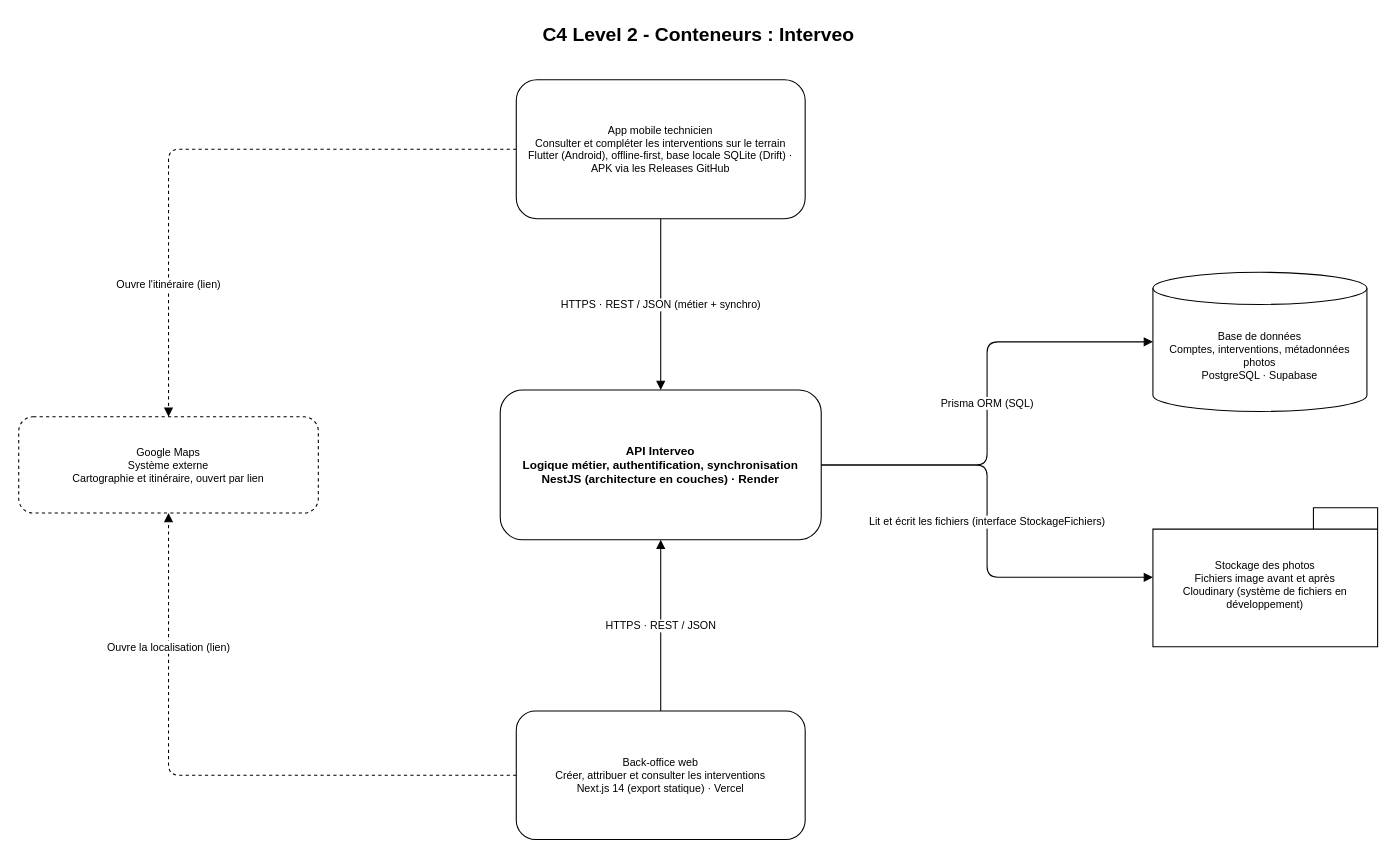
Before: page "C4 Level 2 - Conteneurs" (2 of 5) of docs/interveo-c4.drawio in Tiene1/interveo-backend, a draw.io diagram. Source tidied: cells renumbered, new cells numbered last; positions are measured from the earlier drawing's top-left corner, leaving out a move shared by most shapes. Both pictures are drawn from the tidied source at 107%, with x=0, y=0 at pixel (18, 18).
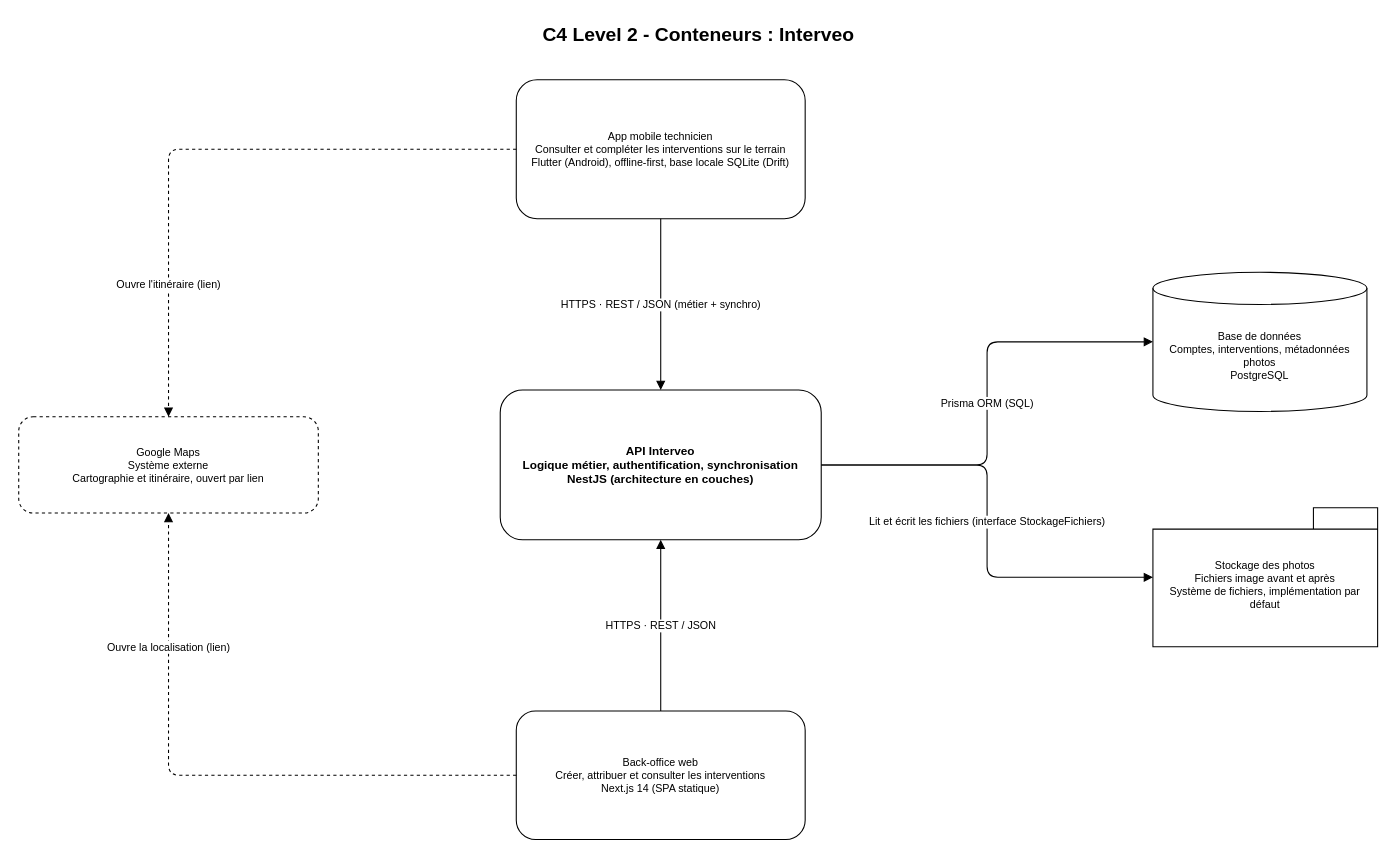
The same diagram, later.

Commit message (it also covers changes not shown here):
Diagramme C4 : libelles neutres, page Deploiement retiree [skip render]

Le diagramme est presente sur le portfolio a cote de demonstrations
tournees en local : on retire les noms d'hebergeurs (Render, Vercel,
Supabase, Cloudinary) et la page Deploiement. 6 pages -> 5. Entree du
journal d'architecture ajoutee. Documentation seule, aucun changement
de code.

The edit, as a diff of the source:
```diff
@@
 <mxGraphModel>
   <root>
     <mxCell id="0" />
     <mxCell id="1" parent="0" />
     <mxCell id="2" value="C4 Level 2 - Conteneurs : Interveo" style="text;html=1;fillColor=none;strokeColor=none;fontSize=18;fontStyle=1;align=center;verticalAlign=middle;" parent="1" vertex="1">
       <mxGeometry width="1270" height="30" as="geometry" />
     </mxCell>
-    <mxCell id="3" value="App mobile technicien&#10;Consulter et compléter les interventions sur le terrain&#10;Flutter (Android), offline-first, base locale SQLite (Drift) · APK via les Releases GitHub" style="rounded=1;whiteSpace=wrap;html=1;fillColor=none;verticalAlign=middle;spacingLeft=8;spacingRight=8;fontSize=10;" parent="1" vertex="1">
+    <mxCell id="3" value="App mobile technicien&#10;Consulter et compléter les interventions sur le terrain&#10;Flutter (Android), offline-first, base locale SQLite (Drift)" style="rounded=1;whiteSpace=wrap;html=1;fillColor=none;verticalAlign=middle;spacingLeft=8;spacingRight=8;fontSize=10;" parent="1" vertex="1">
       <mxGeometry x="465" y="57" width="270" height="130" as="geometry" />
     </mxCell>
-    <mxCell id="4" value="Back-office web&#10;Créer, attribuer et consulter les interventions&#10;Next.js 14 (export statique) · Vercel" style="rounded=1;whiteSpace=wrap;html=1;fillColor=none;verticalAlign=middle;spacingLeft=8;spacingRight=8;fontSize=10;" parent="1" vertex="1">
+    <mxCell id="4" value="Back-office web&#10;Créer, attribuer et consulter les interventions&#10;Next.js 14 (SPA statique)" style="rounded=1;whiteSpace=wrap;html=1;fillColor=none;verticalAlign=middle;spacingLeft=8;spacingRight=8;fontSize=10;" parent="1" vertex="1">
       <mxGeometry x="465" y="647" width="270" height="120" as="geometry" />
     </mxCell>
-    <mxCell id="5" value="API Interveo&#10;Logique métier, authentification, synchronisation&#10;NestJS (architecture en couches) · Render" style="rounded=1;whiteSpace=wrap;html=1;fillColor=none;verticalAlign=middle;spacingLeft=8;spacingRight=8;fontSize=11;fontStyle=1;" parent="1" vertex="1">
+    <mxCell id="5" value="API Interveo&#10;Logique métier, authentification, synchronisation&#10;NestJS (architecture en couches)" style="rounded=1;whiteSpace=wrap;html=1;fillColor=none;verticalAlign=middle;spacingLeft=8;spacingRight=8;fontSize=11;fontStyle=1;" parent="1" vertex="1">
       <mxGeometry x="450" y="347" width="300" height="140" as="geometry" />
     </mxCell>
-    <mxCell id="6" value="Base de données&#10;Comptes, interventions, métadonnées photos&#10;PostgreSQL · Supabase" style="shape=cylinder3;whiteSpace=wrap;html=1;boundedLbl=1;backgroundOutline=1;size=15;fillColor=none;fontSize=10;" parent="1" vertex="1">
+    <mxCell id="6" value="Base de données&#10;Comptes, interventions, métadonnées photos&#10;PostgreSQL" style="shape=cylinder3;whiteSpace=wrap;html=1;boundedLbl=1;backgroundOutline=1;size=15;fillColor=none;fontSize=10;" parent="1" vertex="1">
       <mxGeometry x="1060" y="237" width="200" height="130" as="geometry" />
     </mxCell>
-    <mxCell id="7" value="&lt;div&gt;&lt;br&gt;&lt;/div&gt;&lt;div&gt;&lt;br&gt;&lt;/div&gt;&lt;div&gt;&lt;br&gt;&lt;/div&gt;Stockage des photos&lt;br&gt;Fichiers image avant et après&lt;br&gt;Cloudinary (système de fichiers en développement)" style="shape=folder;whiteSpace=wrap;html=1;fillColor=none;fontSize=10;verticalAlign=top;spacingTop=6;spacingLeft=6;spacingRight=6;" parent="1" vertex="1">
+    <mxCell id="7" value="&lt;div&gt;&lt;br&gt;&lt;/div&gt;&lt;div&gt;&lt;br&gt;&lt;/div&gt;&lt;div&gt;&lt;br&gt;&lt;/div&gt;Stockage des photos&lt;br&gt;Fichiers image avant et après&lt;br&gt;Système de fichiers, implémentation par défaut" style="shape=folder;whiteSpace=wrap;html=1;fillColor=none;fontSize=10;verticalAlign=top;spacingTop=6;spacingLeft=6;spacingRight=6;" parent="1" vertex="1">
       <mxGeometry x="1060" y="457" width="210" height="130" as="geometry" />
     </mxCell>
     <mxCell id="8" value="Google Maps&#10;Système externe&#10;Cartographie et itinéraire, ouvert par lien" style="rounded=1;whiteSpace=wrap;html=1;fillColor=none;dashed=1;verticalAlign=middle;fontSize=10;" parent="1" vertex="1">
       <mxGeometry y="372" width="280" height="90" as="geometry" />
     </mxCell>
     <mxCell id="9" value="HTTPS · REST / JSON (métier + synchro)" style="edgeStyle=orthogonalEdgeStyle;rounded=1;html=1;fontSize=10;endArrow=block;" parent="1" edge="1" source="3" target="5">
       <mxGeometry relative="1" as="geometry" />
     </mxCell>
     <mxCell id="10" value="HTTPS · REST / JSON" style="edgeStyle=orthogonalEdgeStyle;rounded=1;html=1;fontSize=10;endArrow=block;" parent="1" edge="1" source="4" target="5">
       <mxGeometry relative="1" as="geometry" />
     </mxCell>
     <mxCell id="11" value="Prisma ORM (SQL)" style="edgeStyle=orthogonalEdgeStyle;rounded=1;html=1;fontSize=10;endArrow=block;" parent="1" edge="1" source="5" target="6">
       <mxGeometry relative="1" as="geometry" />
     </mxCell>
     <mxCell id="12" value="Lit et écrit les fichiers (interface StockageFichiers)" style="edgeStyle=orthogonalEdgeStyle;rounded=1;html=1;fontSize=10;endArrow=block;" parent="1" edge="1" source="5" target="7">
       <mxGeometry relative="1" as="geometry" />
     </mxCell>
     <mxCell id="13" value="Ouvre l'itinéraire (lien)" style="edgeStyle=orthogonalEdgeStyle;rounded=1;html=1;fontSize=10;endArrow=block;dashed=1;" parent="1" edge="1" source="3" target="8">
       <mxGeometry x="0.57" relative="1" as="geometry" />
     </mxCell>
     <mxCell id="14" value="Ouvre la localisation (lien)" style="edgeStyle=orthogonalEdgeStyle;rounded=1;html=1;fontSize=10;endArrow=block;dashed=1;" parent="1" edge="1" source="4" target="8">
       <mxGeometry x="0.56" relative="1" as="geometry" />
     </mxCell>
   </root>
 </mxGraphModel>
```
